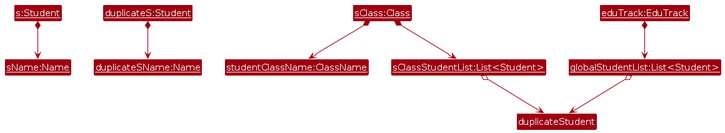
sudarshan2401/tp keeps this PlantUML diagram as diagrams/MarkStudentObjectDiagram.png. Above is the earlier version. Its source is kept beside it as diagrams/MarkStudentObjectDiagram.puml. The source it was exported from:
```plantuml
@startuml
!include style.puml
skinparam arrowThickness 1.1
skinparam arrowColor MODEL_COLOR
skinparam classBackgroundColor MODEL_COLOR

class Student as "<u>s:Student</u>"
class DuplicateName as "<u>duplicateSName:Name</u>"
class Name as "<u>sName:Name</u>"
class Class as "<u>sClass:Class</u>"
class ClassName as "<u>studentClassName:ClassName</u>"
class ClassList as "<u>sClassStudentList:List<Student></u>"
class EduTrackList as "<u>globalStudentList:List<Student></u>"
class EduTrack as "<u>eduTrack:EduTrack</u>"
class DuplicateStudent as "<u>duplicateS:Student</u>"

EduTrack *--> EduTrackList
ClassList o--> duplicateStudent
EduTrackList o--> duplicateStudent
Class *--> ClassName
Class *--> ClassList
Student *--> Name
DuplicateStudent *--> DuplicateName
@enduml
```
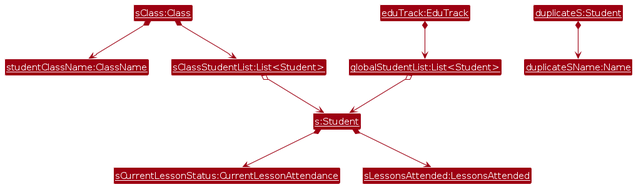
After the change.

What changed in the source:
```diff
@@ -6,7 +6,8 @@
 
 class Student as "<u>s:Student</u>"
 class DuplicateName as "<u>duplicateSName:Name</u>"
-class Name as "<u>sName:Name</u>"
+class LessonCounter as "<u>sCurrentLessonStatus:CurrentLessonAttendance</u>"
+class LessonsAttended as "<u>sLessonsAttended:LessonsAttended</u>"
 class Class as "<u>sClass:Class</u>"
 class ClassName as "<u>studentClassName:ClassName</u>"
 class ClassList as "<u>sClassStudentList:List<Student></u>"
@@ -15,10 +16,11 @@
 class DuplicateStudent as "<u>duplicateS:Student</u>"
 
 EduTrack *--> EduTrackList
-ClassList o--> duplicateStudent
-EduTrackList o--> duplicateStudent
+ClassList o--> Student
+EduTrackList o--> Student
 Class *--> ClassName
 Class *--> ClassList
-Student *--> Name
+Student *--> LessonCounter
+Student *--> LessonsAttended
 DuplicateStudent *--> DuplicateName
 @enduml
```
